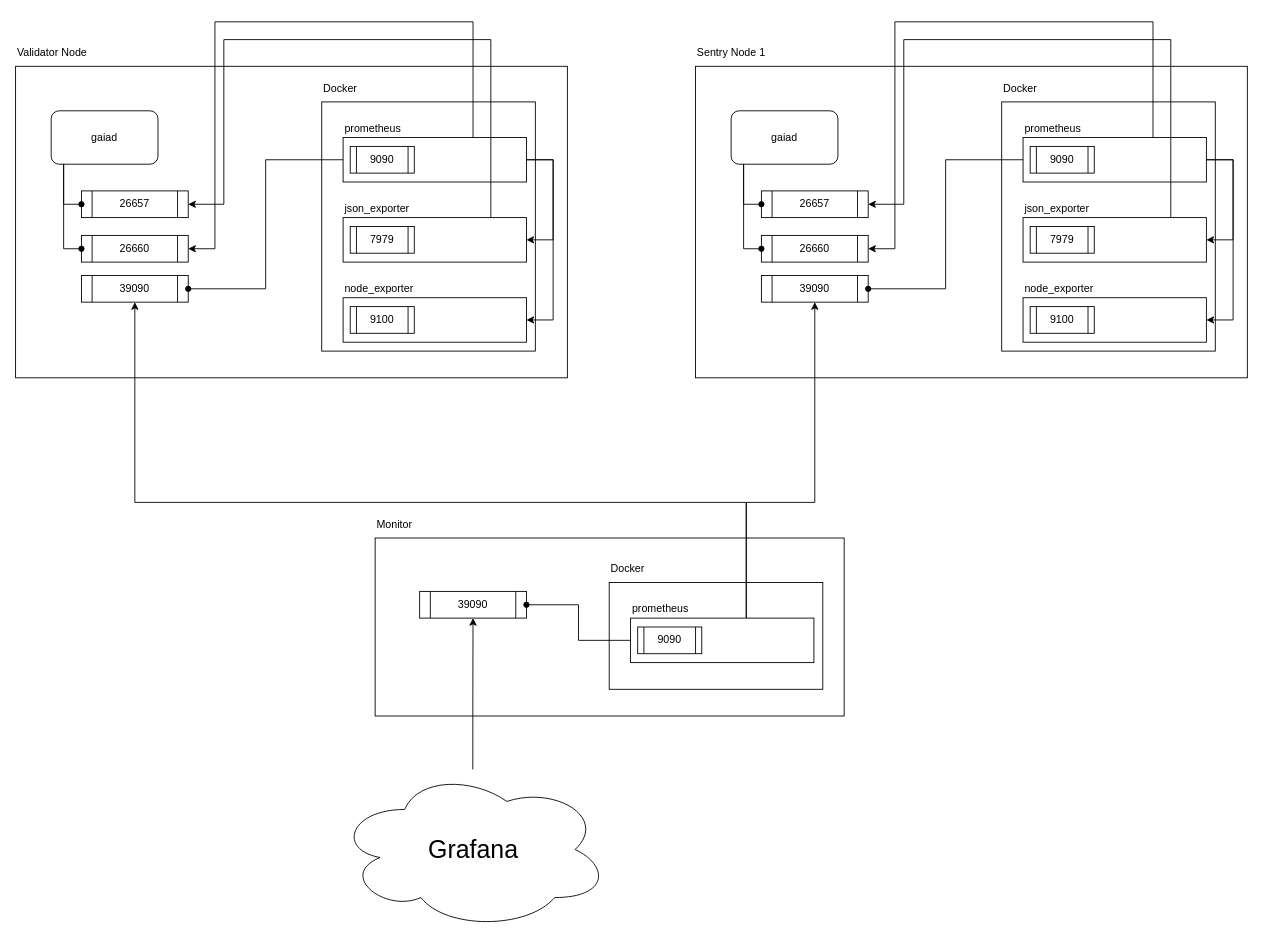
Above: architecture.drawio in g-luca/cosmonitor (draw.io), before the change. Source tidied: cells renumbered, new cells numbered last; positions are measured from the earlier drawing's top-left corner, leaving out a move shared by most shapes. Both pictures are drawn from the tidied source at 89%, with x=0, y=0 at pixel (15, 21).
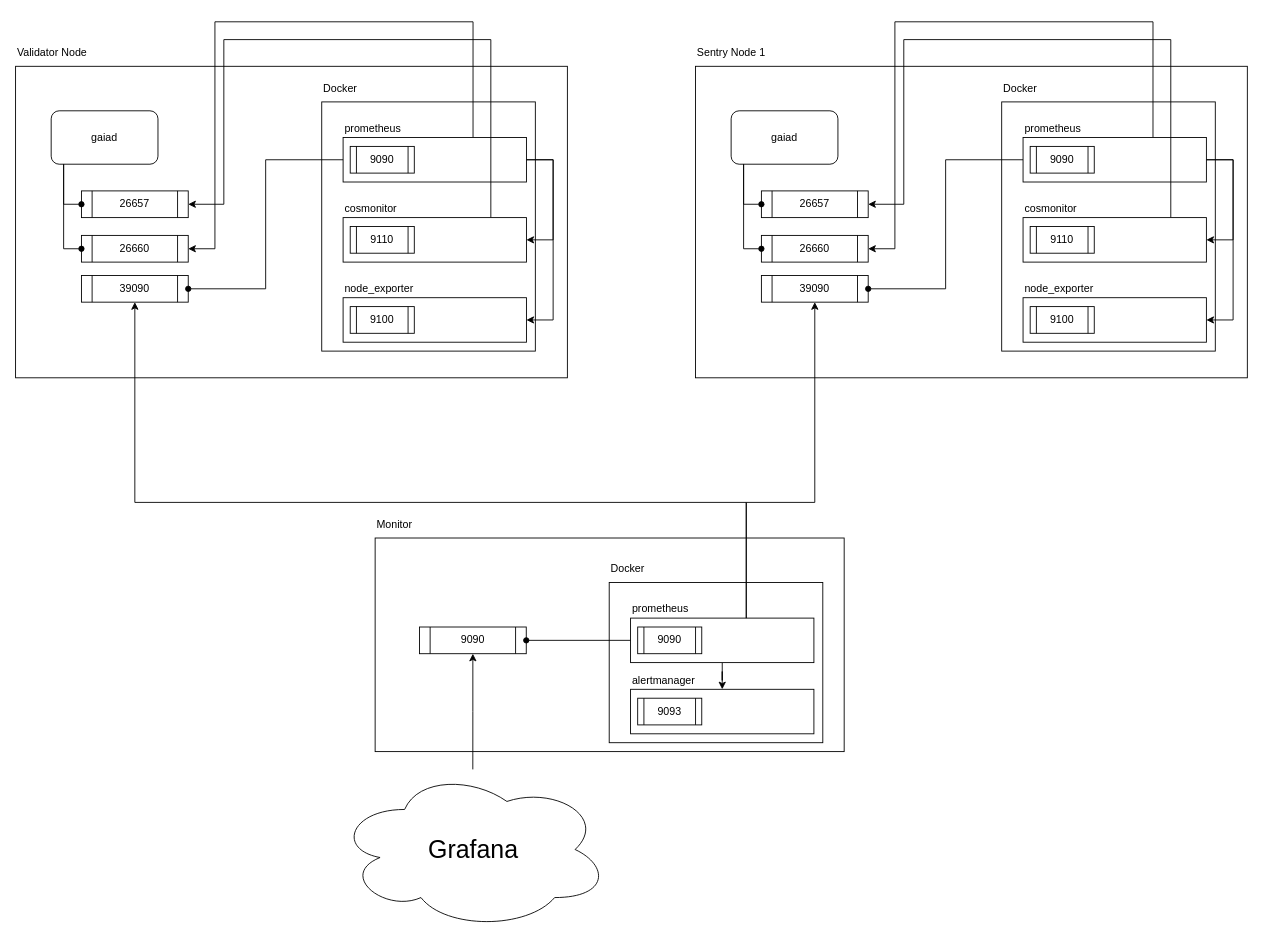
Above is the later version.

The change refers to these unchanged cells:
```xml
<mxCell id="2" style="group;" parent="1" vertex="1">
  <mxGeometry width="620" height="400" as="geometry" />
</mxCell>
<mxCell id="27" style="group;" parent="1" vertex="1">
  <mxGeometry x="764" width="620" height="400" as="geometry" />
</mxCell>
<mxCell id="54" style="group;" parent="1" vertex="1">
  <mxGeometry x="667" y="600" width="240" height="310" as="geometry" />
</mxCell>
<mxCell id="58" style="rounded=0;whiteSpace=wrap;html=1;" parent="54" vertex="1">
  <mxGeometry x="24" y="70" width="206" height="50" as="geometry" />
</mxCell>
```

What changed in the source:
```diff
@@
-    <mxCell id="15" value="json_exporter" style="text;html=1;strokeColor=none;fillColor=none;align=left;verticalAlign=middle;whiteSpace=wrap;rounded=0;" parent="2" vertex="1">
+    <mxCell id="15" value="cosmonitor" style="text;html=1;strokeColor=none;fillColor=none;align=left;verticalAlign=middle;whiteSpace=wrap;rounded=0;" parent="2" vertex="1">
       <mxGeometry x="368" y="200" width="80" height="20" as="geometry" />
     </mxCell>
@@
-    <mxCell id="25" value="7979" style="shape=process;whiteSpace=wrap;html=1;backgroundOutline=1;" parent="2" vertex="1">
+    <mxCell id="25" value="9110" style="shape=process;whiteSpace=wrap;html=1;backgroundOutline=1;" parent="2" vertex="1">
       <mxGeometry x="376" y="230" width="72" height="30" as="geometry" />
     </mxCell>
@@
-    <mxCell id="40" value="json_exporter" style="text;html=1;strokeColor=none;fillColor=none;align=left;verticalAlign=middle;whiteSpace=wrap;rounded=0;" parent="27" vertex="1">
+    <mxCell id="40" value="cosmonitor" style="text;html=1;strokeColor=none;fillColor=none;align=left;verticalAlign=middle;whiteSpace=wrap;rounded=0;" parent="27" vertex="1">
       <mxGeometry x="368" y="200" width="80" height="20" as="geometry" />
     </mxCell>
@@
-    <mxCell id="50" value="7979" style="shape=process;whiteSpace=wrap;html=1;backgroundOutline=1;" parent="27" vertex="1">
+    <mxCell id="50" value="9110" style="shape=process;whiteSpace=wrap;html=1;backgroundOutline=1;" parent="27" vertex="1">
       <mxGeometry x="376" y="230" width="72" height="30" as="geometry" />
     </mxCell>
@@
     <mxCell id="52" style="rounded=0;whiteSpace=wrap;html=1;" parent="1" vertex="1">
-      <mxGeometry x="404" y="580" width="527" height="200" as="geometry" />
+      <mxGeometry x="404" y="580" width="527" height="240" as="geometry" />
     </mxCell>
@@
     <mxCell id="55" style="rounded=0;whiteSpace=wrap;html=1;" parent="54" vertex="1">
-      <mxGeometry y="30" width="240" height="120" as="geometry" />
+      <mxGeometry y="30" width="240" height="180" as="geometry" />
     </mxCell>
@@
+    <mxCell id="66" style="edgeStyle=orthogonalEdgeStyle;rounded=0;jettySize=auto;html=1;entryX=0.5;entryY=0;entryDx=0;entryDy=0;" parent="54" edge="1" source="58" target="67">
+      <mxGeometry relative="1" as="geometry" />
+    </mxCell>
@@
+    <mxCell id="67" style="rounded=0;whiteSpace=wrap;html=1;" parent="54" vertex="1">
+      <mxGeometry x="24" y="150" width="206" height="50" as="geometry" />
+    </mxCell>
+    <mxCell id="68" value="9093" style="shape=process;whiteSpace=wrap;html=1;backgroundOutline=1;" parent="54" vertex="1">
+      <mxGeometry x="32" y="160" width="72" height="30" as="geometry" />
+    </mxCell>
+    <mxCell id="69" value="alertmanager" style="text;html=1;strokeColor=none;fillColor=none;align=left;verticalAlign=middle;whiteSpace=wrap;rounded=0;" parent="54" vertex="1">
+      <mxGeometry x="24" y="130" width="80" height="20" as="geometry" />
+    </mxCell>
-    <mxCell id="60" value="39090" style="shape=process;whiteSpace=wrap;html=1;backgroundOutline=1;" parent="1" vertex="1">
-      <mxGeometry x="454" y="640" width="120" height="30" as="geometry" />
+    <mxCell id="60" value="9090" style="shape=process;whiteSpace=wrap;html=1;backgroundOutline=1;" parent="1" vertex="1">
+      <mxGeometry x="453.8" y="680" width="120" height="30" as="geometry" />
     </mxCell>
```
